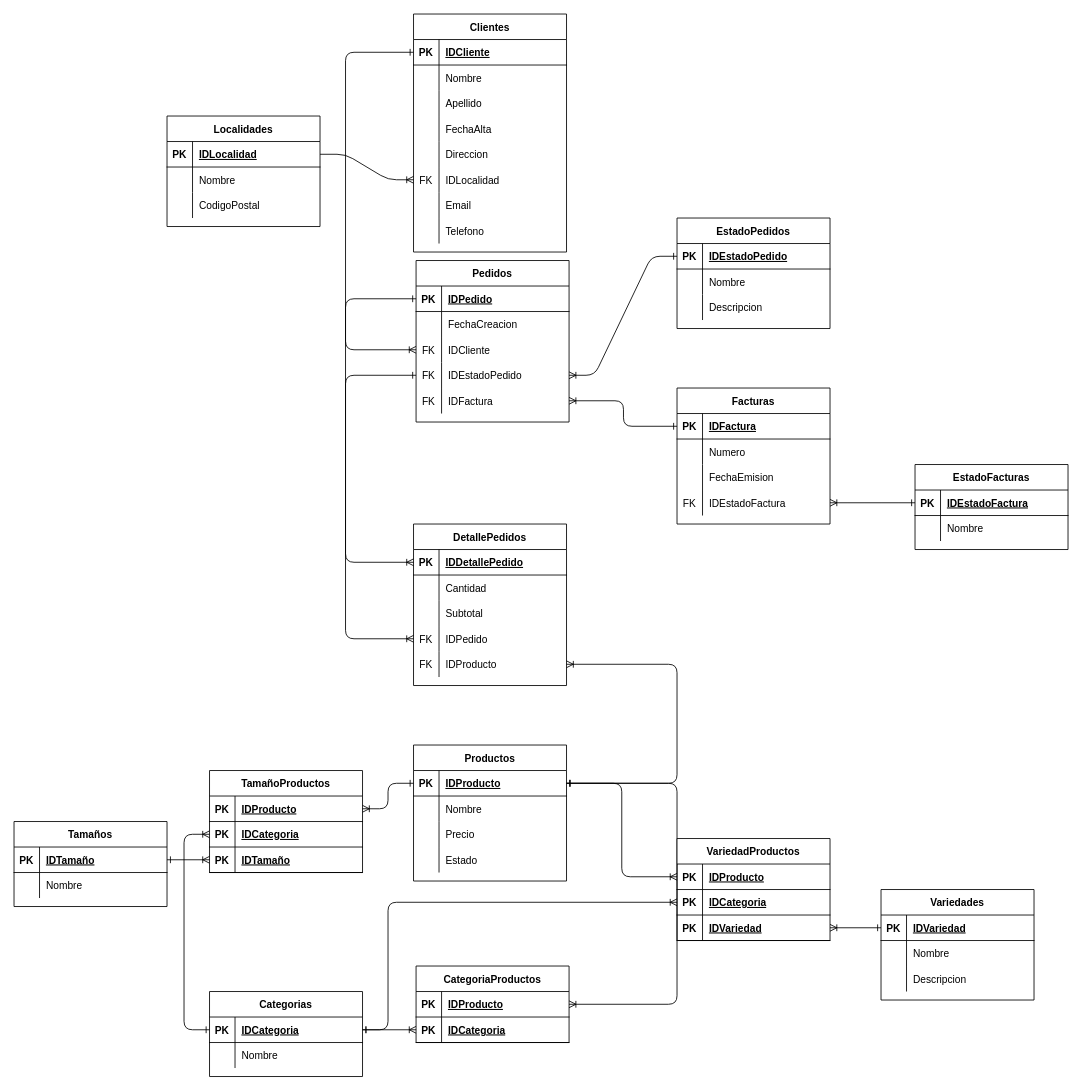
The draw.io diagram Delivery DER.drawio in RailGun15/laboratorio3-20202c, before the edit. Source tidied: cells renumbered, new cells numbered last; positions are measured from the earlier drawing's top-left corner, leaving out a move shared by most shapes. Both pictures are drawn from the tidied source at 85%, with x=0, y=0 at pixel (14, 14).
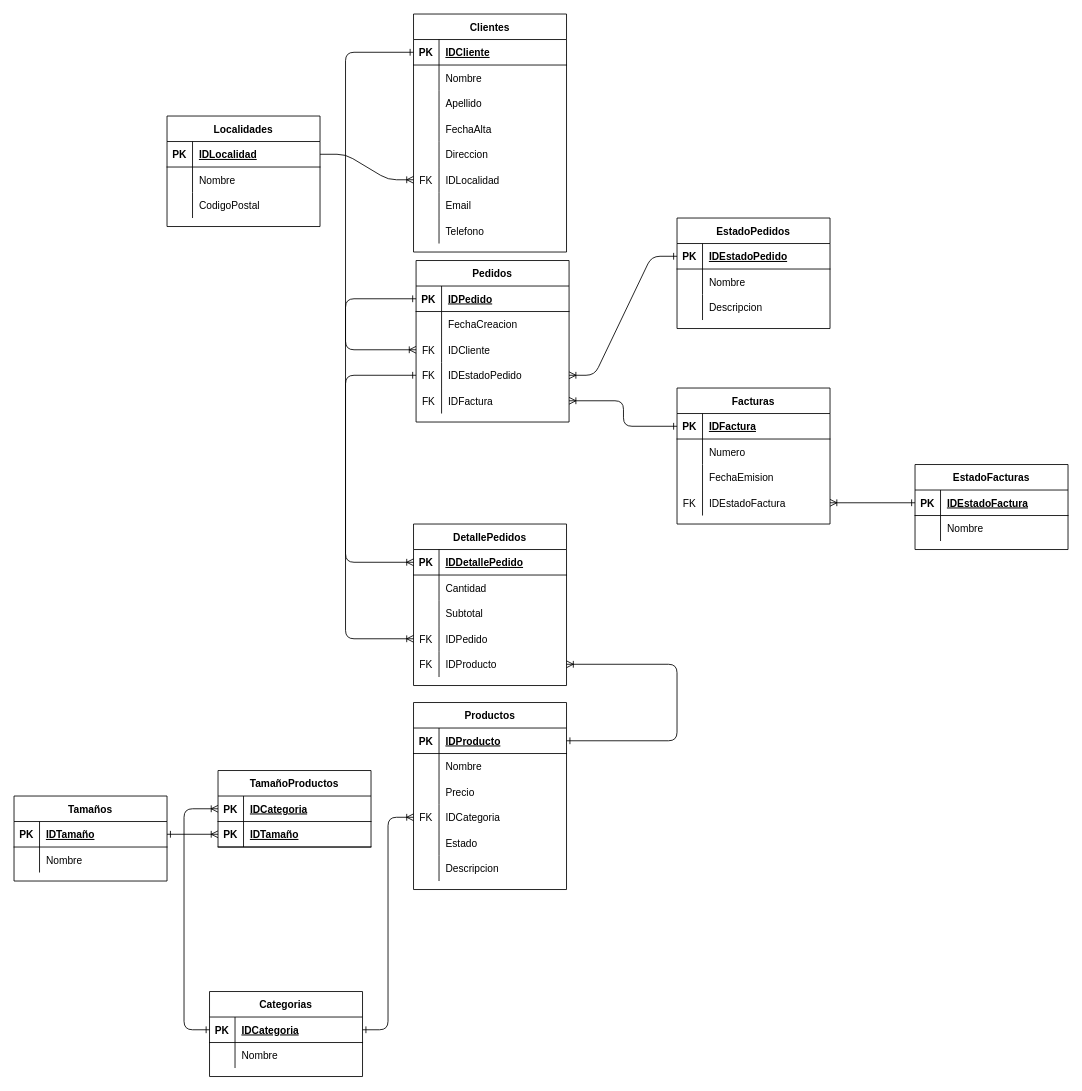
The same page after the edit.

Unchanged cells that the change refers to:
```xml
<mxCell id="60" style="shape=partialRectangle;fillColor=none;top=0;left=0;bottom=1;right=0;points=[[0,0.5],[1,0.5]];portConstraint=eastwest;" parent="59" vertex="1">
  <mxGeometry y="30" width="180" height="30" as="geometry" />
</mxCell>
<mxCell id="140" style="shape=partialRectangle;fillColor=none;top=0;left=0;bottom=1;right=0;points=[[0,0.5],[1,0.5]];portConstraint=eastwest;" parent="139" vertex="1">
  <mxGeometry y="30" width="180" height="30" as="geometry" />
</mxCell>
```

The edit, as a diff of the source:
```diff
@@
     <mxCell id="59" value="Productos" style="shape=table;startSize=30;childLayout=tableLayout;rowLines=0;fontStyle=1;align=center;" parent="1" vertex="1">
-      <mxGeometry x="470" y="860" width="180" height="160" as="geometry" />
+      <mxGeometry x="470" y="810" width="180" height="220" as="geometry" />
     </mxCell>
@@
+    <mxCell id="179" style="shape=partialRectangle;fillColor=none;top=0;left=0;bottom=0;right=0;points=[[0,0.5],[1,0.5]];portConstraint=eastwest;" parent="59" vertex="1">
+      <mxGeometry y="120" width="180" height="30" as="geometry" />
+    </mxCell>
+    <mxCell id="180" value="FK" style="shape=partialRectangle;fillColor=none;top=0;left=0;bottom=0;right=0;fontStyle=0;overflow=hidden;" parent="179" vertex="1">
+      <mxGeometry width="30" height="30" as="geometry" />
+    </mxCell>
+    <mxCell id="181" value="IDCategoria" style="shape=partialRectangle;fillColor=none;top=0;left=0;bottom=0;right=0;align=left;spacingLeft=6;fontStyle=0;overflow=hidden;" parent="179" vertex="1">
+      <mxGeometry x="30" width="150" height="30" as="geometry" />
+    </mxCell>
     <mxCell id="69" style="shape=partialRectangle;fillColor=none;top=0;left=0;bottom=0;right=0;" parent="59" vertex="1">
-      <mxGeometry y="120" width="180" height="30" as="geometry" />
+      <mxGeometry y="150" width="180" height="30" as="geometry" />
     </mxCell>
@@
+    <mxCell id="182" style="shape=partialRectangle;fillColor=none;top=0;left=0;bottom=0;right=0;" parent="59" vertex="1">
+      <mxGeometry y="180" width="180" height="30" as="geometry" />
+    </mxCell>
+    <mxCell id="183" style="shape=partialRectangle;fillColor=none;top=0;left=0;bottom=0;right=0;overflow=hidden;" parent="182" vertex="1">
+      <mxGeometry width="30" height="30" as="geometry" />
+    </mxCell>
+    <mxCell id="136" value="Descripcion" style="shape=partialRectangle;fillColor=none;top=0;left=0;bottom=0;right=0;align=left;spacingLeft=6;overflow=hidden;" parent="182" vertex="1">
+      <mxGeometry x="30" width="150" height="30" as="geometry" />
+    </mxCell>
@@
     <mxCell id="120" value="Tamaños" style="shape=table;startSize=30;childLayout=tableLayout;rowLines=0;fontStyle=1;align=center;" parent="1" vertex="1">
-      <mxGeometry y="950" width="180" height="100" as="geometry" />
+      <mxGeometry y="920" width="180" height="100" as="geometry" />
     </mxCell>
@@
-    <mxCell id="127" value="Variedades" style="shape=table;startSize=30;childLayout=tableLayout;rowLines=0;fontStyle=1;align=center;" parent="1" vertex="1">
-      <mxGeometry x="1020" y="1030" width="180" height="130" as="geometry" />
-    </mxCell>
-    <mxCell id="128" style="shape=partialRectangle;fillColor=none;top=0;left=0;bottom=1;right=0;points=[[0,0.5],[1,0.5]];portConstraint=eastwest;" parent="127" vertex="1">
-      <mxGeometry y="30" width="180" height="30" as="geometry" />
-    </mxCell>
-    <mxCell id="129" value="PK" style="shape=partialRectangle;fillColor=none;top=0;left=0;bottom=0;right=0;fontStyle=1;overflow=hidden;" parent="128" vertex="1">
-      <mxGeometry width="30" height="30" as="geometry" />
-    </mxCell>
-    <mxCell id="130" value="IDVariedad" style="shape=partialRectangle;fillColor=none;top=0;left=0;bottom=0;right=0;align=left;spacingLeft=6;fontStyle=5;overflow=hidden;" parent="128" vertex="1">
-      <mxGeometry x="30" width="150" height="30" as="geometry" />
-    </mxCell>
-    <mxCell id="131" style="shape=partialRectangle;fillColor=none;top=0;left=0;bottom=0;right=0;" parent="127" vertex="1">
-      <mxGeometry y="60" width="180" height="30" as="geometry" />
-    </mxCell>
-    <mxCell id="132" style="shape=partialRectangle;fillColor=none;top=0;left=0;bottom=0;right=0;overflow=hidden;" parent="131" vertex="1">
-      <mxGeometry width="30" height="30" as="geometry" />
-    </mxCell>
-    <mxCell id="133" value="Nombre" style="shape=partialRectangle;fillColor=none;top=0;left=0;bottom=0;right=0;align=left;spacingLeft=6;overflow=hidden;" parent="131" vertex="1">
-      <mxGeometry x="30" width="150" height="30" as="geometry" />
-    </mxCell>
-    <mxCell id="134" style="shape=partialRectangle;fillColor=none;top=0;left=0;bottom=0;right=0;" parent="127" vertex="1">
-      <mxGeometry y="90" width="180" height="30" as="geometry" />
-    </mxCell>
-    <mxCell id="135" style="shape=partialRectangle;fillColor=none;top=0;left=0;bottom=0;right=0;overflow=hidden;" parent="134" vertex="1">
-      <mxGeometry width="30" height="30" as="geometry" />
-    </mxCell>
-    <mxCell id="136" value="Descripcion" style="shape=partialRectangle;fillColor=none;top=0;left=0;bottom=0;right=0;align=left;spacingLeft=6;overflow=hidden;" parent="134" vertex="1">
-      <mxGeometry x="30" width="150" height="30" as="geometry" />
-    </mxCell>
-    <mxCell id="137" style="fontSize=12;html=1;endArrow=ERone;entryX=0;entryY=0.5;entryDx=0;entryDy=0;startArrow=ERoneToMany;startFill=0;endFill=0;exitX=1;exitY=0.5;exitDx=0;exitDy=0;" parent="1" edge="1" source="172" target="128">
-      <mxGeometry relative="1" as="geometry" />
-    </mxCell>
@@
-    <mxCell id="146" value="CategoriaProductos" style="shape=table;startSize=30;childLayout=tableLayout;rowLines=0;fontStyle=1;align=center;" parent="1" vertex="1">
-      <mxGeometry x="473" y="1120" width="180" height="90" as="geometry" />
-    </mxCell>
-    <mxCell id="147" style="shape=partialRectangle;fillColor=none;top=0;left=0;bottom=1;right=0;points=[[0,0.5],[1,0.5]];portConstraint=eastwest;" parent="146" vertex="1">
-      <mxGeometry y="30" width="180" height="30" as="geometry" />
-    </mxCell>
-    <mxCell id="148" value="PK" style="shape=partialRectangle;fillColor=none;top=0;left=0;bottom=0;right=0;fontStyle=1;overflow=hidden;" parent="147" vertex="1">
-      <mxGeometry width="30" height="30" as="geometry" />
-    </mxCell>
-    <mxCell id="149" value="IDProducto" style="shape=partialRectangle;fillColor=none;top=0;left=0;bottom=0;right=0;align=left;spacingLeft=6;fontStyle=5;overflow=hidden;" parent="147" vertex="1">
-      <mxGeometry x="30" width="150" height="30" as="geometry" />
-    </mxCell>
-    <mxCell id="150" style="shape=partialRectangle;fillColor=none;top=0;left=0;bottom=1;right=0;points=[[0,0.5],[1,0.5]];portConstraint=eastwest;" parent="146" vertex="1">
-      <mxGeometry y="60" width="180" height="30" as="geometry" />
-    </mxCell>
-    <mxCell id="151" value="PK" style="shape=partialRectangle;fillColor=none;top=0;left=0;bottom=0;right=0;fontStyle=1;overflow=hidden;" parent="150" vertex="1">
-      <mxGeometry width="30" height="30" as="geometry" />
-    </mxCell>
-    <mxCell id="152" value="IDCategoria" style="shape=partialRectangle;fillColor=none;top=0;left=0;bottom=0;right=0;align=left;spacingLeft=6;fontStyle=5;overflow=hidden;" parent="150" vertex="1">
-      <mxGeometry x="30" width="150" height="30" as="geometry" />
-    </mxCell>
-    <mxCell id="153" style="fontSize=12;html=1;endArrow=ERone;startArrow=ERoneToMany;startFill=0;endFill=0;entryX=1;entryY=0.5;entryDx=0;entryDy=0;edgeStyle=elbowEdgeStyle;exitX=1;exitY=0.5;exitDx=0;exitDy=0;" parent="1" edge="1" source="147" target="60">
-      <mxGeometry relative="1" as="geometry">
-        <Array as="points">
-          <mxPoint x="780" y="1030" />
-        </Array>
-      </mxGeometry>
-    </mxCell>
-    <mxCell id="154" style="fontSize=12;html=1;endArrow=ERone;startArrow=ERoneToMany;startFill=0;endFill=0;exitX=0;exitY=0.5;exitDx=0;exitDy=0;entryX=1;entryY=0.5;entryDx=0;entryDy=0;" parent="1" edge="1" source="150" target="140">
+    <mxCell id="154" style="fontSize=12;html=1;endArrow=ERone;startArrow=ERoneToMany;startFill=0;endFill=0;exitX=0;exitY=0.5;exitDx=0;exitDy=0;entryX=1;entryY=0.5;entryDx=0;entryDy=0;edgeStyle=elbowEdgeStyle;" parent="1" edge="1" source="179" target="140">
       <mxGeometry relative="1" as="geometry" />
     </mxCell>
     <mxCell id="155" value="TamañoProductos" style="shape=table;startSize=30;childLayout=tableLayout;rowLines=0;fontStyle=1;align=center;" parent="1" vertex="1">
-      <mxGeometry x="230" y="890" width="180" height="120" as="geometry" />
+      <mxGeometry x="240" y="890" width="180" height="90" as="geometry" />
     </mxCell>
-    <mxCell id="156" style="shape=partialRectangle;fillColor=none;top=0;left=0;bottom=1;right=0;points=[[0,0.5],[1,0.5]];portConstraint=eastwest;" parent="155" vertex="1">
-      <mxGeometry y="30" width="180" height="30" as="geometry" />
-    </mxCell>
-    <mxCell id="157" value="PK" style="shape=partialRectangle;fillColor=none;top=0;left=0;bottom=0;right=0;fontStyle=1;overflow=hidden;" parent="156" vertex="1">
-      <mxGeometry width="30" height="30" as="geometry" />
-    </mxCell>
-    <mxCell id="158" value="IDProducto" style="shape=partialRectangle;fillColor=none;top=0;left=0;bottom=0;right=0;align=left;spacingLeft=6;fontStyle=5;overflow=hidden;" parent="156" vertex="1">
-      <mxGeometry x="30" width="150" height="30" as="geometry" />
-    </mxCell>
     <mxCell id="159" style="shape=partialRectangle;fillColor=none;top=0;left=0;bottom=1;right=0;points=[[0,0.5],[1,0.5]];portConstraint=eastwest;" parent="155" vertex="1">
-      <mxGeometry y="60" width="180" height="30" as="geometry" />
+      <mxGeometry y="30" width="180" height="30" as="geometry" />
     </mxCell>
@@
     <mxCell id="162" style="shape=partialRectangle;fillColor=none;top=0;left=0;bottom=1;right=0;points=[[0,0.5],[1,0.5]];portConstraint=eastwest;" parent="155" vertex="1">
-      <mxGeometry y="90" width="180" height="30" as="geometry" />
+      <mxGeometry y="60" width="180" height="30" as="geometry" />
     </mxCell>
@@
-    <mxCell id="165" value="VariedadProductos" style="shape=table;startSize=30;childLayout=tableLayout;rowLines=0;fontStyle=1;align=center;" parent="1" vertex="1">
-      <mxGeometry x="780" y="970" width="180" height="120" as="geometry" />
-    </mxCell>
-    <mxCell id="166" style="shape=partialRectangle;fillColor=none;top=0;left=0;bottom=1;right=0;points=[[0,0.5],[1,0.5]];portConstraint=eastwest;" parent="165" vertex="1">
-      <mxGeometry y="30" width="180" height="30" as="geometry" />
-    </mxCell>
-    <mxCell id="167" value="PK" style="shape=partialRectangle;fillColor=none;top=0;left=0;bottom=0;right=0;fontStyle=1;overflow=hidden;" parent="166" vertex="1">
-      <mxGeometry width="30" height="30" as="geometry" />
-    </mxCell>
-    <mxCell id="168" value="IDProducto" style="shape=partialRectangle;fillColor=none;top=0;left=0;bottom=0;right=0;align=left;spacingLeft=6;fontStyle=5;overflow=hidden;" parent="166" vertex="1">
-      <mxGeometry x="30" width="150" height="30" as="geometry" />
-    </mxCell>
-    <mxCell id="169" style="shape=partialRectangle;fillColor=none;top=0;left=0;bottom=1;right=0;points=[[0,0.5],[1,0.5]];portConstraint=eastwest;" parent="165" vertex="1">
-      <mxGeometry y="60" width="180" height="30" as="geometry" />
-    </mxCell>
-    <mxCell id="170" value="PK" style="shape=partialRectangle;fillColor=none;top=0;left=0;bottom=0;right=0;fontStyle=1;overflow=hidden;" parent="169" vertex="1">
-      <mxGeometry width="30" height="30" as="geometry" />
-    </mxCell>
-    <mxCell id="171" value="IDCategoria" style="shape=partialRectangle;fillColor=none;top=0;left=0;bottom=0;right=0;align=left;spacingLeft=6;fontStyle=5;overflow=hidden;" parent="169" vertex="1">
-      <mxGeometry x="30" width="150" height="30" as="geometry" />
-    </mxCell>
-    <mxCell id="172" style="shape=partialRectangle;fillColor=none;top=0;left=0;bottom=1;right=0;points=[[0,0.5],[1,0.5]];portConstraint=eastwest;" parent="165" vertex="1">
-      <mxGeometry y="90" width="180" height="30" as="geometry" />
-    </mxCell>
-    <mxCell id="173" value="PK" style="shape=partialRectangle;fillColor=none;top=0;left=0;bottom=0;right=0;fontStyle=1;overflow=hidden;" parent="172" vertex="1">
-      <mxGeometry width="30" height="30" as="geometry" />
-    </mxCell>
-    <mxCell id="174" value="IDVariedad" style="shape=partialRectangle;fillColor=none;top=0;left=0;bottom=0;right=0;align=left;spacingLeft=6;fontStyle=5;overflow=hidden;" parent="172" vertex="1">
-      <mxGeometry x="30" width="150" height="30" as="geometry" />
-    </mxCell>
-    <mxCell id="175" style="fontSize=12;html=1;endArrow=ERone;startArrow=ERoneToMany;startFill=0;endFill=0;entryX=0;entryY=0.5;entryDx=0;entryDy=0;exitX=1;exitY=0.5;exitDx=0;exitDy=0;edgeStyle=orthogonalEdgeStyle;" parent="1" edge="1" source="156" target="60">
-      <mxGeometry relative="1" as="geometry" />
-    </mxCell>
-    <mxCell id="176" style="fontSize=12;html=1;endArrow=ERone;startArrow=ERoneToMany;startFill=0;endFill=0;entryX=1;entryY=0.5;entryDx=0;entryDy=0;exitX=0;exitY=0.5;exitDx=0;exitDy=0;edgeStyle=orthogonalEdgeStyle;" parent="1" edge="1" source="166" target="60">
-      <mxGeometry relative="1" as="geometry" />
-    </mxCell>
@@
-    <mxCell id="178" style="fontSize=12;html=1;endArrow=ERone;startArrow=ERoneToMany;startFill=0;endFill=0;entryX=1;entryY=0.5;entryDx=0;entryDy=0;edgeStyle=elbowEdgeStyle;exitX=0;exitY=0.5;exitDx=0;exitDy=0;" parent="1" edge="1" source="169" target="140">
-      <mxGeometry relative="1" as="geometry">
-        <Array as="points">
-          <mxPoint x="440" y="1090" />
-        </Array>
-      </mxGeometry>
-    </mxCell>
```
